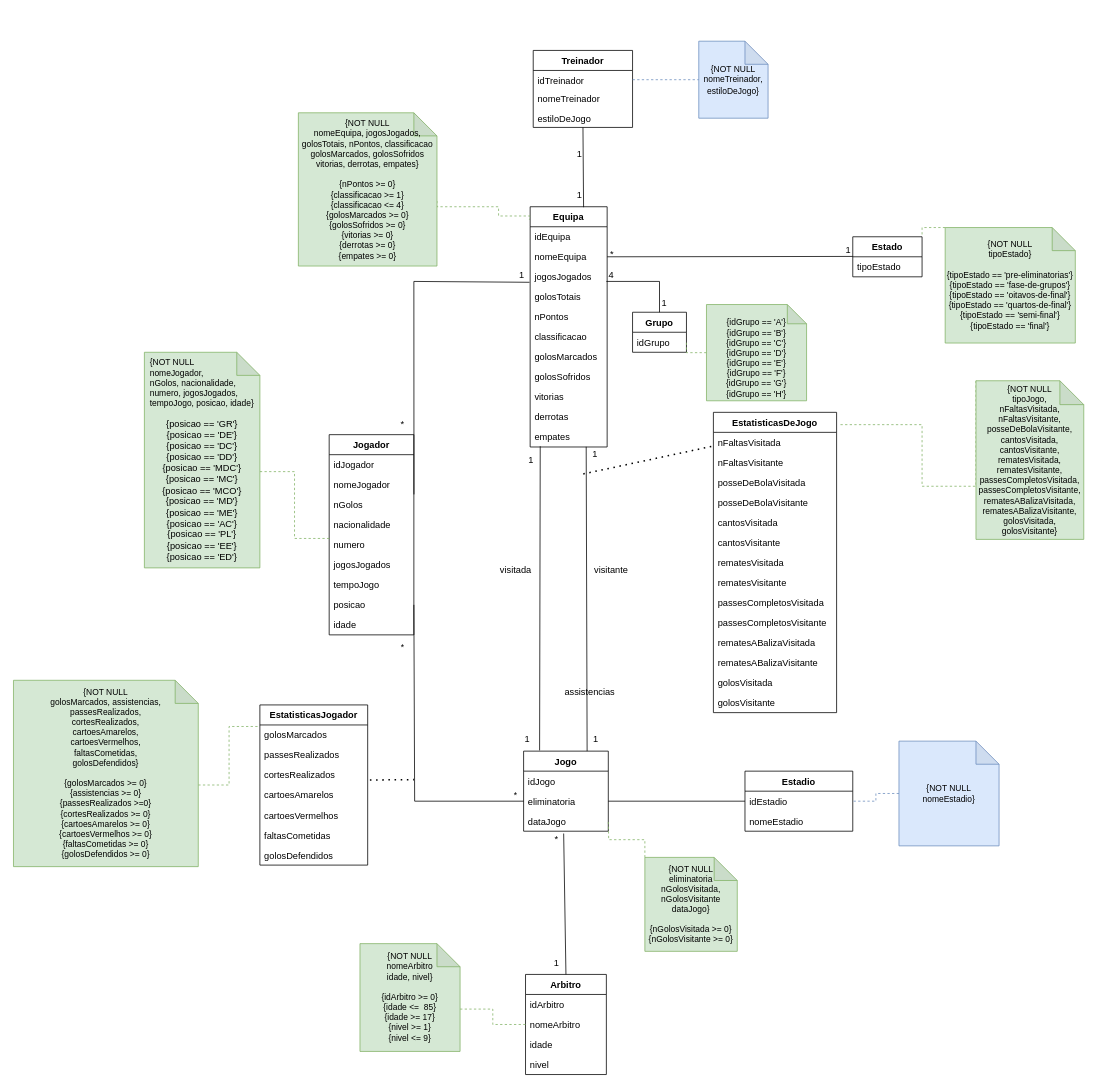
dratomitoma/BD keeps this draw.io diagram as diagramaBixo.drawio. Above is the earlier version. Source tidied: cells renumbered, new cells numbered last; positions are measured from the earlier drawing's top-left corner, leaving out a move shared by most shapes. Both pictures are drawn from the tidied source at 77%, with x=0, y=0 at pixel (13, 41).
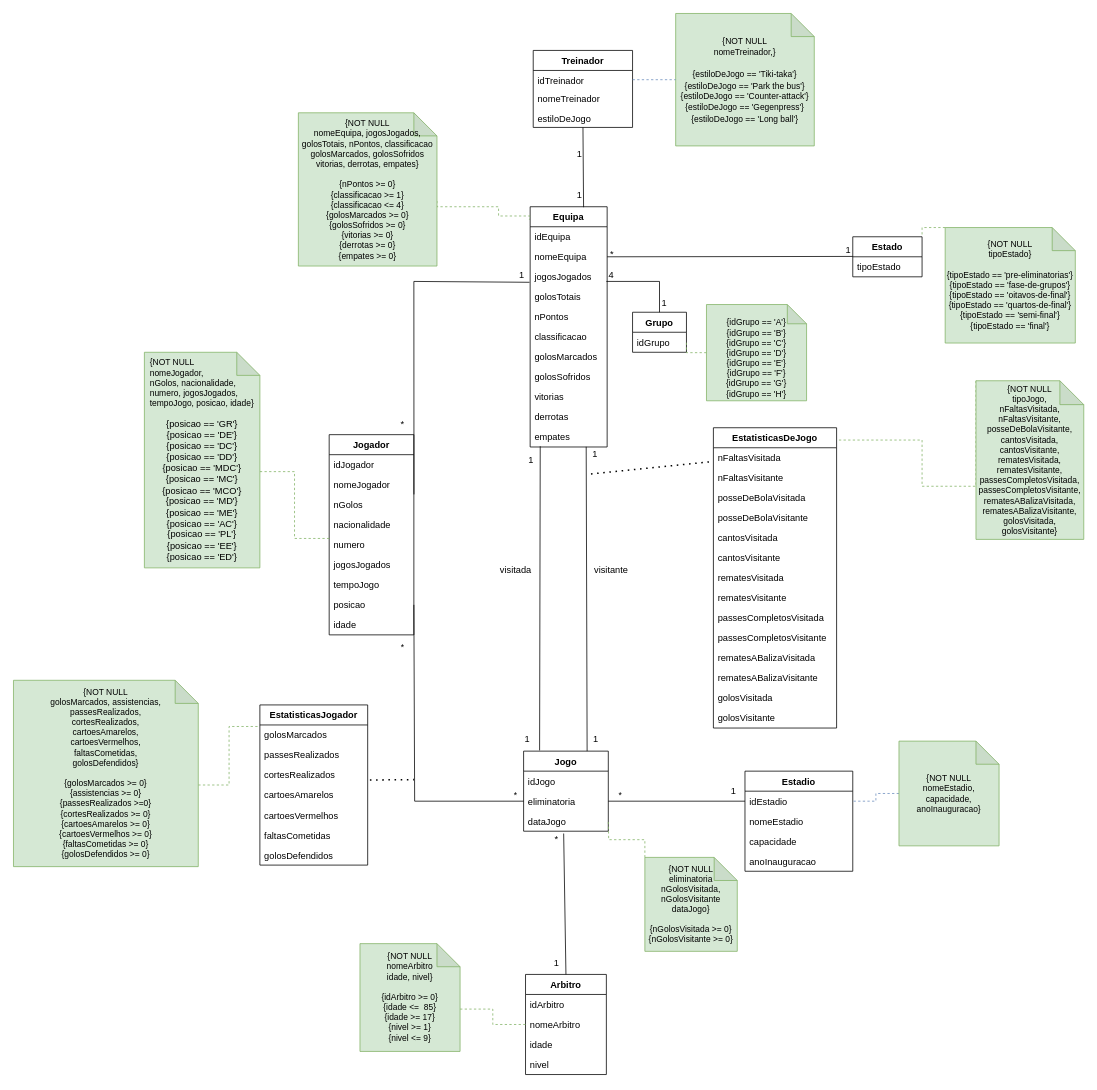
Above is the later version.

Commit message:
uml updated falta no relatorio

The change refers to these unchanged cells:
```xml
<mxCell id="48" value="nFaltasVisitada" style="text;strokeColor=none;fillColor=none;align=left;verticalAlign=top;spacingLeft=4;spacingRight=4;overflow=hidden;points=[[0,0.5],[1,0.5]];portConstraint=eastwest;" parent="47" vertex="1">
  <mxGeometry y="26" width="160" height="26" as="geometry" />
</mxCell>
```

Change to the diagram source:
```diff
@@
     <mxCell id="47" value="EstatisticasDeJogo" style="swimlane;fontStyle=1;align=center;verticalAlign=top;horizontal=1;startSize=26;" parent="1" vertex="1">
-      <mxGeometry x="909" y="482" width="160" height="390" as="geometry" />
+      <mxGeometry x="909" y="502" width="160" height="390" as="geometry" />
     </mxCell>
@@
     <mxCell id="62" style="endArrow=none;dashed=1;html=1;dashPattern=1 3;strokeWidth=2;rounded=0;entryX=-0.004;entryY=0.689;entryDx=0;entryDy=0;entryPerimeter=0;" parent="1" edge="1" target="48">
       <mxGeometry relative="1" as="geometry">
-        <mxPoint x="740" y="562" as="sourcePoint" />
+        <mxPoint x="750" y="562" as="sourcePoint" />
       </mxGeometry>
     </mxCell>
@@
-    <mxCell id="103" value="&lt;font style=&quot;font-size: 11px;&quot;&gt;{NOT NULL&lt;br&gt;nomeTreinador,&lt;br&gt;estiloDeJogo}&lt;/font&gt;" style="shape=note;whiteSpace=wrap;html=1;backgroundOutline=1;darkOpacity=0.05;fillColor=#dae8fc;strokeColor=#6c8ebf;" parent="1" vertex="1">
-      <mxGeometry x="890" width="90" height="100" as="geometry" />
+    <mxCell id="103" value="&lt;font style=&quot;font-size: 11px;&quot;&gt;{NOT NULL&lt;br&gt;nomeTreinador,}&lt;br&gt;&lt;br&gt;{estiloDeJogo == 'Tiki-taka'}&lt;br&gt;{estiloDeJogo == 'Park the bus'}&lt;br&gt;{estiloDeJogo == 'Counter-attack'}&lt;br&gt;{estiloDeJogo ==&amp;nbsp;'Gegenpress'}&lt;br&gt;{estiloDeJogo ==&amp;nbsp;'Long ball'}&lt;br&gt;&lt;/font&gt;" style="shape=note;whiteSpace=wrap;html=1;backgroundOutline=1;darkOpacity=0.05;fillColor=#d5e8d4;strokeColor=#82b366;" parent="1" vertex="1">
+      <mxGeometry x="860" y="-36" width="180" height="172" as="geometry" />
     </mxCell>
@@
     <mxCell id="109" value="Estadio" style="swimlane;fontStyle=1;horizontal=1;startSize=26;fillColor=none;spacing=2;verticalAlign=middle;" parent="1" vertex="1">
-      <mxGeometry x="950" y="948" width="140" height="78" as="geometry" />
+      <mxGeometry x="950" y="948" width="140" height="130" as="geometry" />
     </mxCell>
@@
+    <mxCell id="117" value="capacidade" style="text;strokeColor=none;fillColor=none;align=left;verticalAlign=top;spacingLeft=4;spacingRight=4;overflow=hidden;" parent="109" vertex="1">
+      <mxGeometry y="78" width="140" height="26" as="geometry" />
+    </mxCell>
+    <mxCell id="118" value="anoInauguracao" style="text;strokeColor=none;fillColor=none;align=left;verticalAlign=top;spacingLeft=4;spacingRight=4;overflow=hidden;" parent="109" vertex="1">
+      <mxGeometry y="104" width="140" height="26" as="geometry" />
+    </mxCell>
@@
-    <mxCell id="114" value="{NOT NULL&lt;br&gt;nomeEstadio}" style="shape=note;whiteSpace=wrap;html=1;backgroundOutline=1;darkOpacity=0.05;fontSize=11;fillColor=#dae8fc;strokeColor=#6c8ebf;" parent="1" vertex="1">
+    <mxCell id="114" value="{NOT NULL&lt;br&gt;nomeEstadio, capacidade, anoInauguracao}" style="shape=note;whiteSpace=wrap;html=1;backgroundOutline=1;darkOpacity=0.05;fontSize=11;fillColor=#d5e8d4;strokeColor=#82b366;" parent="1" vertex="1">
       <mxGeometry x="1150" y="909" width="130" height="136" as="geometry" />
     </mxCell>
@@
-    <mxCell id="116" value="assistencias" style="text;strokeColor=none;fillColor=none;align=left;verticalAlign=top;spacingLeft=4;spacingRight=4;overflow=hidden;" parent="1" vertex="1">
-      <mxGeometry x="710" y="832" width="140" height="26" as="geometry" />
-    </mxCell>
+    <mxCell id="119" value="1" style="text;html=1;align=center;verticalAlign=middle;strokeColor=none;fillColor=none;" parent="1" vertex="1">
+      <mxGeometry x="920" y="959" width="30" height="30" as="geometry" />
+    </mxCell>
+    <mxCell id="120" value="*" style="text;html=1;align=center;verticalAlign=middle;strokeColor=none;fillColor=none;fontSize=11;" parent="1" vertex="1">
+      <mxGeometry x="772.5" y="964" width="30" height="30" as="geometry" />
+    </mxCell>
```
